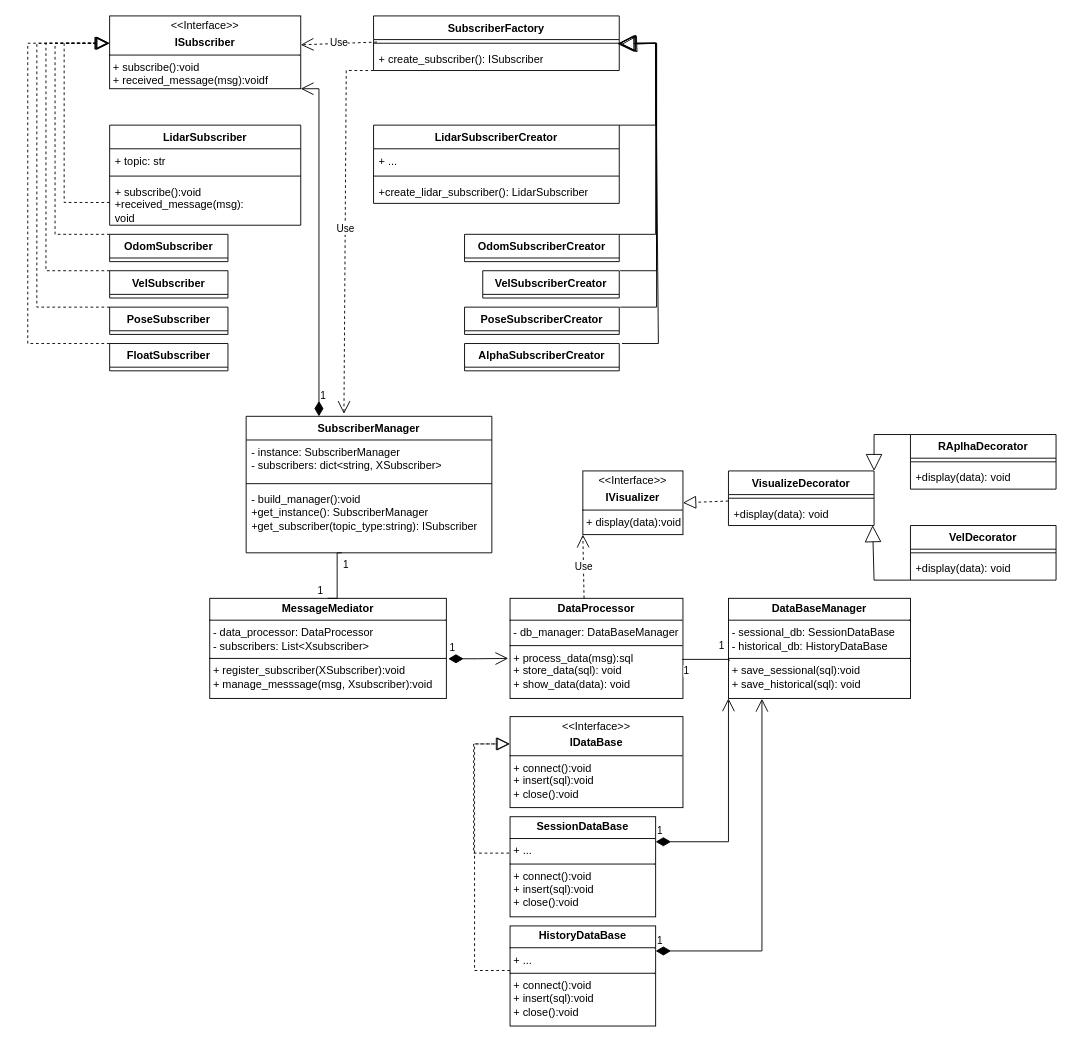
This is initial_uml.drawio from Drakit0/distributed_system, a draw.io file, before an edit. Source tidied: cells renumbered, new cells numbered last; positions are measured from the earlier drawing's top-left corner, leaving out a move shared by most shapes. Both pictures are drawn from the tidied source at 91%, with x=0, y=0 at pixel (27, 15).
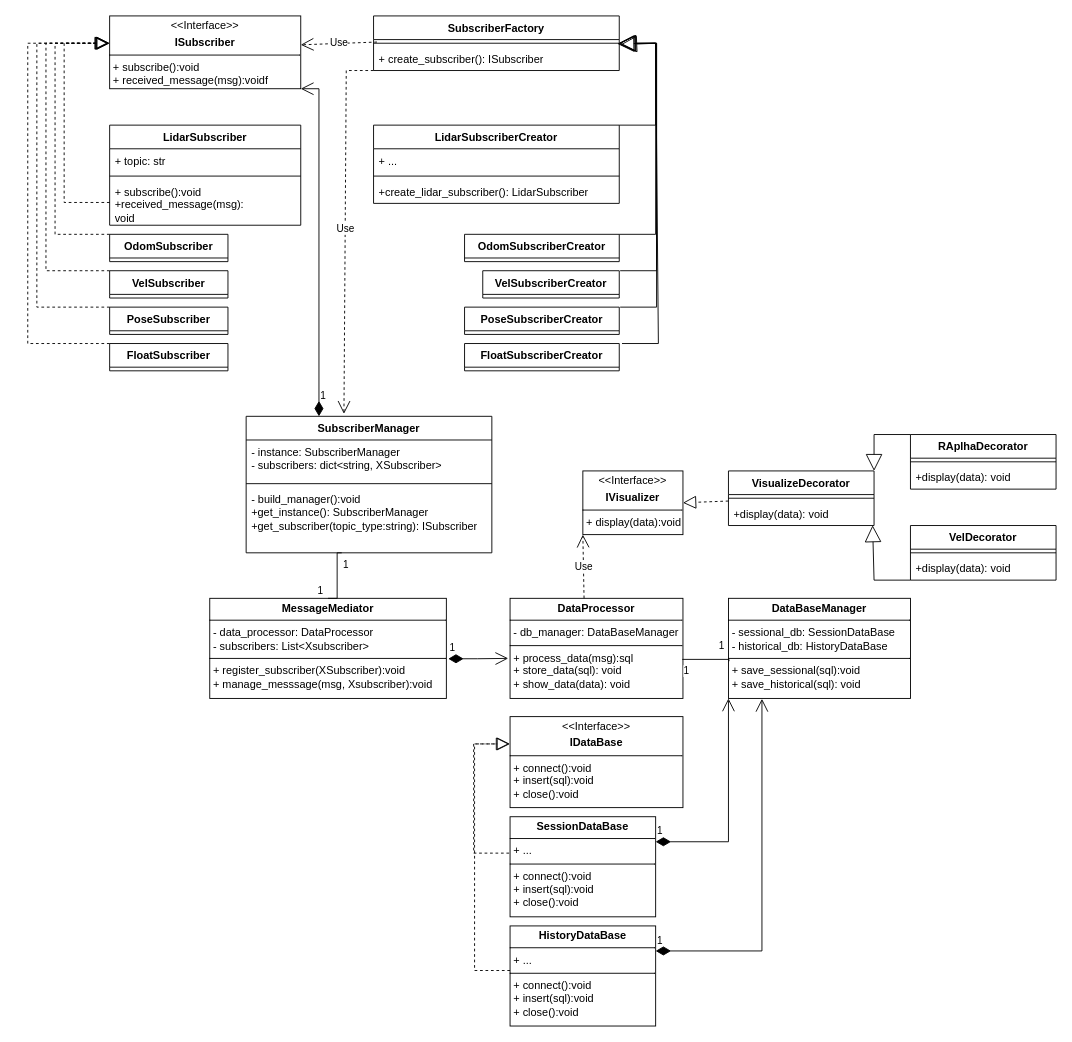
Above is the later version.

Commit message (it also covers changes not shown here):
Singleton for the creators developed

The edit, as a diff of the source:
```diff
@@
-    <mxCell id="28" value="AlphaSubscriberCreator" style="swimlane;fontStyle=1;align=center;verticalAlign=top;horizontal=1;startSize=26;whiteSpace=wrap;html=1;" parent="1" vertex="1" collapsed="1">
+    <mxCell id="28" value="FloatSubscriberCreator" style="swimlane;fontStyle=1;align=center;verticalAlign=top;horizontal=1;startSize=26;whiteSpace=wrap;html=1;" parent="1" vertex="1" collapsed="1">
       <mxGeometry x="480" y="360" width="170" height="30" as="geometry" />
     </mxCell>
```
